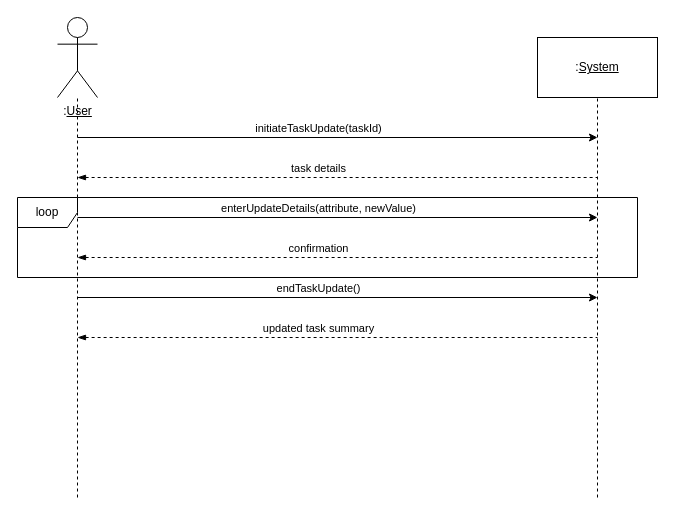
This is diagrams/sequence_diagrams/updateTask() Sequece Diagram.drawio from wmbx-28/SOEN342_Project, a draw.io file, before an edit. Source tidied: cells renumbered, new cells numbered last; positions are measured from the earlier drawing's top-left corner, leaving out a move shared by most shapes. Both pictures are drawn from the tidied source at 100%, with x=0, y=0 at pixel (17, 17).
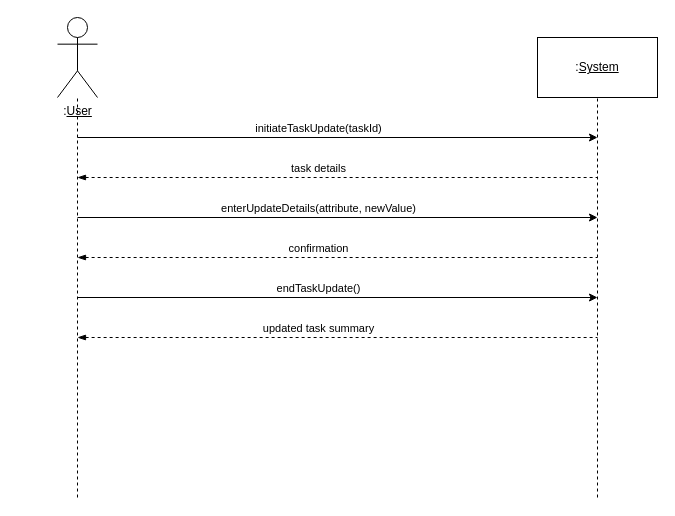
The same diagram, later.

What changed in the source:
```diff
@@
-    <mxCell id="14" value="loop" style="shape=umlFrame;whiteSpace=wrap;html=1;" parent="1" vertex="1">
-      <mxGeometry y="180" width="620" height="80" as="geometry" />
-    </mxCell>
```
